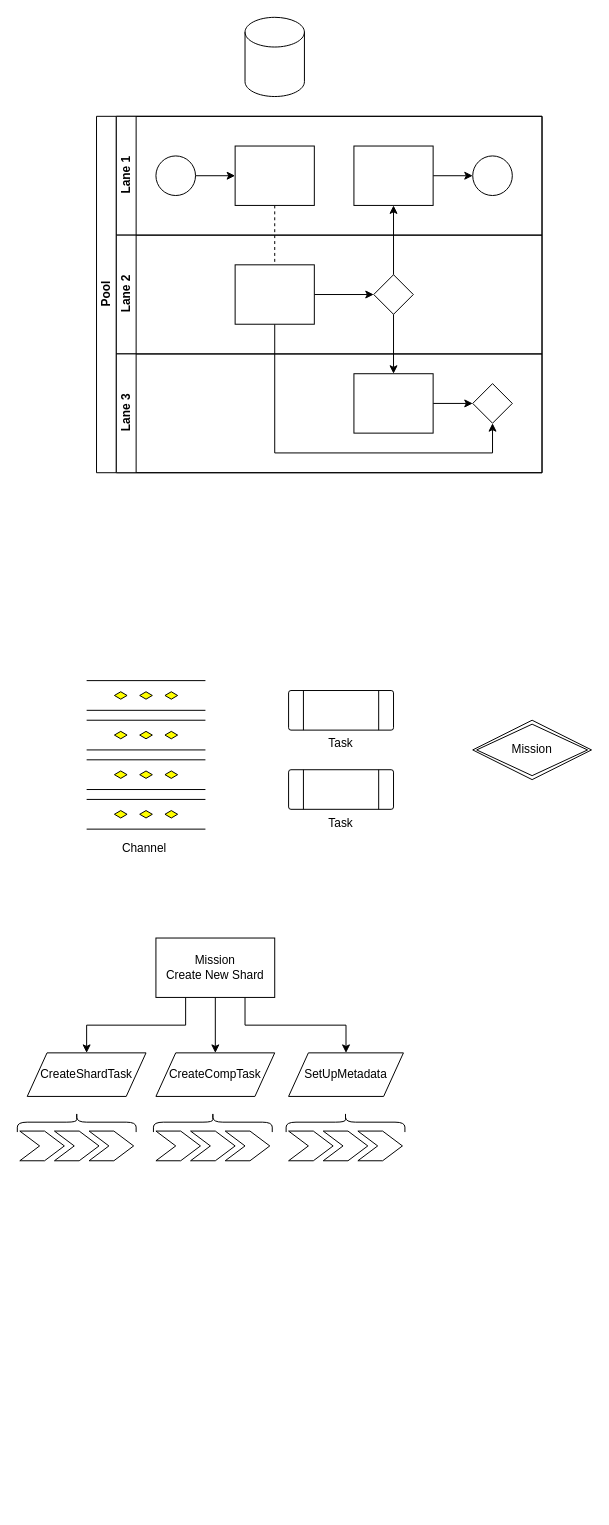
Above: test1.drawio in summerxwu/draw.io (draw.io), before the change. Source tidied: cells renumbered, new cells numbered last; positions are measured from the earlier drawing's top-left corner, leaving out a move shared by most shapes. Both pictures are drawn from the tidied source at 99%, with x=0, y=0 at pixel (19, 17).
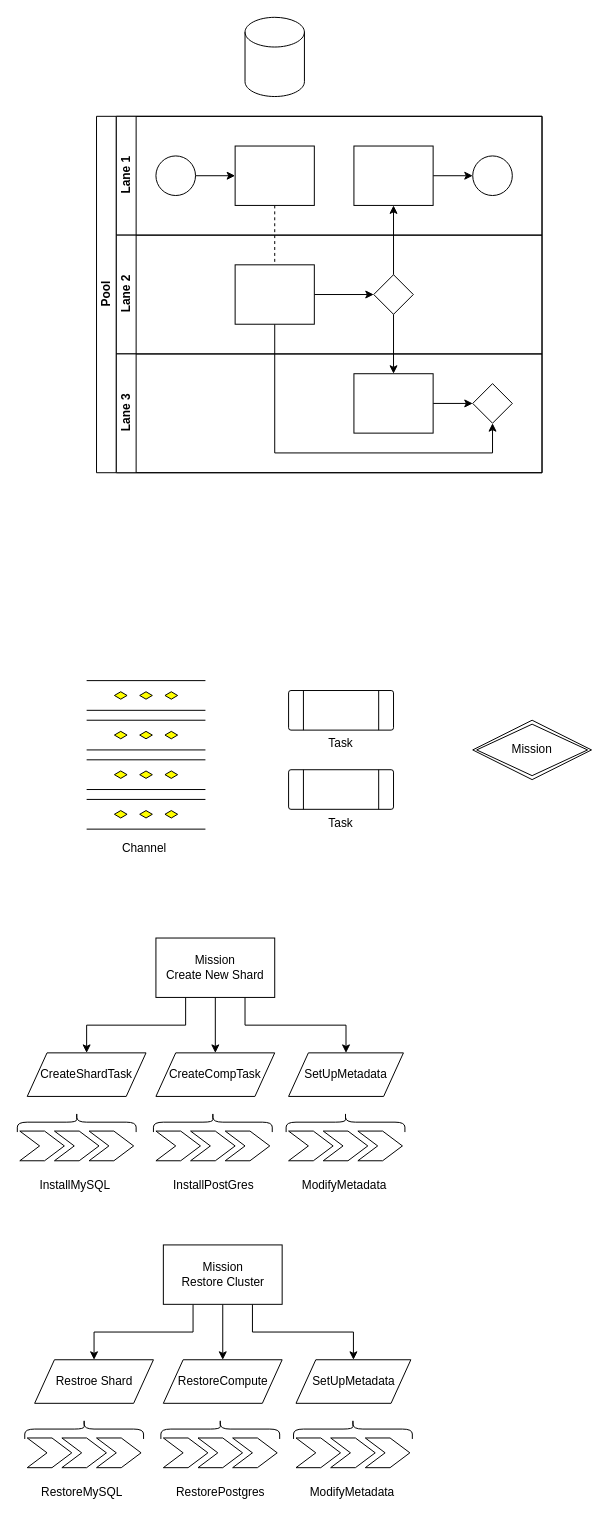
After the change.

The edit, as a diff of the source:
```diff
@@
+    <mxCell id="50" value="InstallMySQL" style="text;html=1;align=center;verticalAlign=middle;fillColor=none;strokeColor=none;rounded=0;" parent="1" vertex="1">
+      <mxGeometry x="10.5" y="1165" width="90" height="30" as="geometry" />
+    </mxCell>
+    <mxCell id="51" value="InstallPostGres" style="text;html=1;align=center;verticalAlign=middle;fillColor=none;strokeColor=none;rounded=0;" parent="1" vertex="1">
+      <mxGeometry x="145.5" y="1165" width="100" height="30" as="geometry" />
+    </mxCell>
+    <mxCell id="52" value="ModifyMetadata" style="text;html=1;align=center;verticalAlign=middle;fillColor=none;strokeColor=none;rounded=0;" parent="1" vertex="1">
+      <mxGeometry x="273" y="1165" width="110" height="30" as="geometry" />
+    </mxCell>
+    <mxCell id="53" style="edgeStyle=orthogonalEdgeStyle;rounded=0;jettySize=auto;html=1;exitX=0.25;exitY=1;exitDx=0;exitDy=0;entryX=0.5;entryY=0;entryDx=0;entryDy=0;" parent="1" edge="1" source="56" target="57">
+      <mxGeometry relative="1" as="geometry" />
+    </mxCell>
+    <mxCell id="54" style="edgeStyle=orthogonalEdgeStyle;rounded=0;jettySize=auto;html=1;exitX=0.5;exitY=1;exitDx=0;exitDy=0;" parent="1" edge="1" source="56" target="58">
+      <mxGeometry relative="1" as="geometry" />
+    </mxCell>
+    <mxCell id="55" style="edgeStyle=orthogonalEdgeStyle;rounded=0;jettySize=auto;html=1;exitX=0.75;exitY=1;exitDx=0;exitDy=0;entryX=0.5;entryY=0;entryDx=0;entryDy=0;" parent="1" edge="1" source="56" target="59">
+      <mxGeometry relative="1" as="geometry" />
+    </mxCell>
+    <mxCell id="56" value="Mission&lt;br&gt;Restore Cluster" style="rounded=0;whiteSpace=wrap;html=1;" parent="1" vertex="1">
+      <mxGeometry x="145.5" y="1240" width="120" height="60" as="geometry" />
+    </mxCell>
+    <mxCell id="57" value="Restroe Shard" style="shape=parallelogram;perimeter=parallelogramPerimeter;whiteSpace=wrap;html=1;fixedSize=1;" parent="1" vertex="1">
+      <mxGeometry x="15.5" y="1356" width="120" height="44" as="geometry" />
+    </mxCell>
+    <mxCell id="58" value="RestoreCompute" style="shape=parallelogram;perimeter=parallelogramPerimeter;whiteSpace=wrap;html=1;fixedSize=1;" parent="1" vertex="1">
+      <mxGeometry x="145.5" y="1356" width="120" height="44" as="geometry" />
+    </mxCell>
+    <mxCell id="59" value="SetUpMetadata" style="shape=parallelogram;perimeter=parallelogramPerimeter;whiteSpace=wrap;html=1;fixedSize=1;" parent="1" vertex="1">
+      <mxGeometry x="279.5" y="1356" width="116" height="44" as="geometry" />
+    </mxCell>
+    <mxCell id="60" style="shape=step;perimeter=stepPerimeter;whiteSpace=wrap;html=1;fixedSize=1;" parent="1" vertex="1">
+      <mxGeometry x="8" y="1435" width="45" height="30" as="geometry" />
+    </mxCell>
+    <mxCell id="61" style="shape=step;perimeter=stepPerimeter;whiteSpace=wrap;html=1;fixedSize=1;" parent="1" vertex="1">
+      <mxGeometry x="43" y="1435" width="45" height="30" as="geometry" />
+    </mxCell>
+    <mxCell id="62" style="shape=step;perimeter=stepPerimeter;whiteSpace=wrap;html=1;fixedSize=1;" parent="1" vertex="1">
+      <mxGeometry x="78" y="1435" width="45" height="30" as="geometry" />
+    </mxCell>
+    <mxCell id="63" style="shape=curlyBracket;whiteSpace=wrap;html=1;rounded=1;rotation=90;" parent="1" vertex="1">
+      <mxGeometry x="55.5" y="1366" width="20" height="120" as="geometry" />
+    </mxCell>
+    <mxCell id="64" style="shape=step;perimeter=stepPerimeter;whiteSpace=wrap;html=1;fixedSize=1;" parent="1" vertex="1">
+      <mxGeometry x="145.5" y="1435" width="45" height="30" as="geometry" />
+    </mxCell>
+    <mxCell id="65" style="shape=step;perimeter=stepPerimeter;whiteSpace=wrap;html=1;fixedSize=1;" parent="1" vertex="1">
+      <mxGeometry x="180.5" y="1435" width="45" height="30" as="geometry" />
+    </mxCell>
+    <mxCell id="66" style="shape=step;perimeter=stepPerimeter;whiteSpace=wrap;html=1;fixedSize=1;" parent="1" vertex="1">
+      <mxGeometry x="215.5" y="1435" width="45" height="30" as="geometry" />
+    </mxCell>
+    <mxCell id="67" style="shape=curlyBracket;whiteSpace=wrap;html=1;rounded=1;rotation=90;" parent="1" vertex="1">
+      <mxGeometry x="193" y="1366" width="20" height="120" as="geometry" />
+    </mxCell>
+    <mxCell id="68" style="shape=step;perimeter=stepPerimeter;whiteSpace=wrap;html=1;fixedSize=1;" parent="1" vertex="1">
+      <mxGeometry x="279.5" y="1435" width="45" height="30" as="geometry" />
+    </mxCell>
+    <mxCell id="69" style="shape=step;perimeter=stepPerimeter;whiteSpace=wrap;html=1;fixedSize=1;" parent="1" vertex="1">
+      <mxGeometry x="314.5" y="1435" width="45" height="30" as="geometry" />
+    </mxCell>
+    <mxCell id="70" style="shape=step;perimeter=stepPerimeter;whiteSpace=wrap;html=1;fixedSize=1;" parent="1" vertex="1">
+      <mxGeometry x="349.5" y="1435" width="45" height="30" as="geometry" />
+    </mxCell>
+    <mxCell id="71" style="shape=curlyBracket;whiteSpace=wrap;html=1;rounded=1;rotation=90;" parent="1" vertex="1">
+      <mxGeometry x="327" y="1366" width="20" height="120" as="geometry" />
+    </mxCell>
+    <mxCell id="72" value="RestoreMySQL" style="text;html=1;align=center;verticalAlign=middle;fillColor=none;strokeColor=none;rounded=0;" parent="1" vertex="1">
+      <mxGeometry x="8" y="1475" width="110" height="30" as="geometry" />
+    </mxCell>
+    <mxCell id="73" value="RestorePostgres" style="text;html=1;align=center;verticalAlign=middle;fillColor=none;strokeColor=none;rounded=0;" parent="1" vertex="1">
+      <mxGeometry x="148" y="1475" width="110" height="30" as="geometry" />
+    </mxCell>
+    <mxCell id="74" value="ModifyMetadata" style="text;html=1;align=center;verticalAlign=middle;fillColor=none;strokeColor=none;rounded=0;" parent="1" vertex="1">
+      <mxGeometry x="280.5" y="1475" width="110" height="30" as="geometry" />
+    </mxCell>
```
